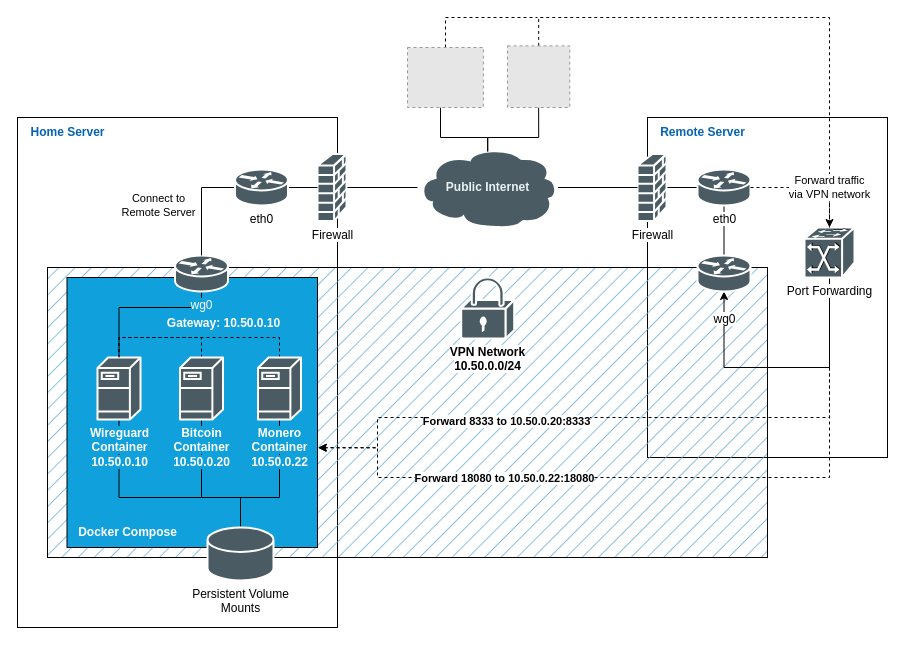
Earlier version of the draw.io diagram assets/networking_vpn_diagram.drawio (lamafab/bitcoin-monero-compose). Source tidied: cells renumbered, new cells numbered last; positions are measured from the earlier drawing's top-left corner, leaving out a move shared by most shapes. Both pictures are drawn from the tidied source at 100%, with x=0, y=0 at pixel (17, 17). Pictures stored in the file or linked from it are replaced by grey dashed boxes.
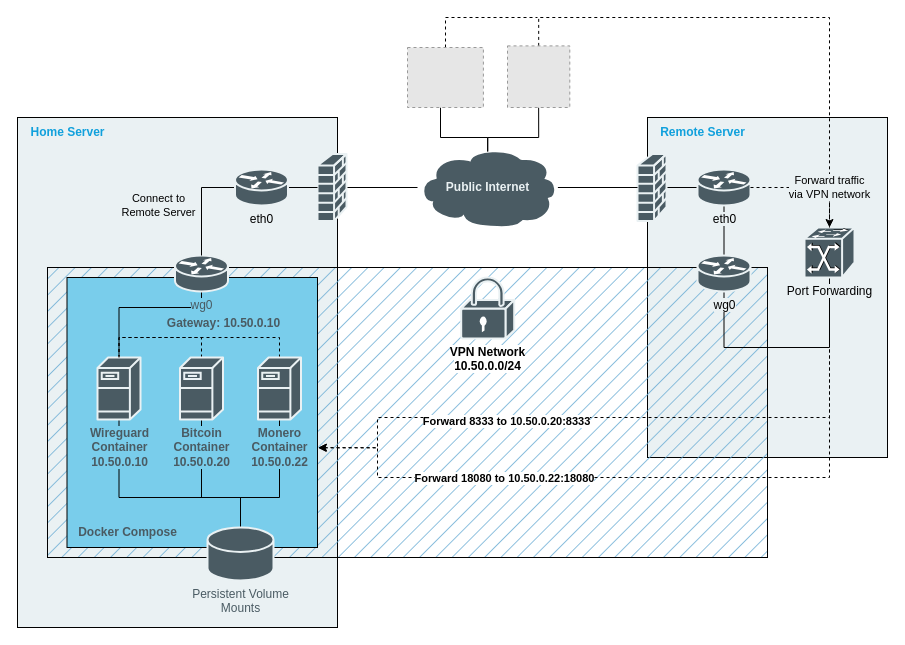
After the change.

The edit, as a diff of the source:
```diff
@@
-    <mxCell id="2" style="rounded=0;whiteSpace=wrap;html=1;labelBorderColor=#eaf1f3;" parent="1" vertex="1">
+    <mxCell id="2" style="rounded=0;whiteSpace=wrap;html=1;labelBorderColor=#eaf1f3;gradientColor=none;fillColor=#EAF1F3;" parent="1" vertex="1">
       <mxGeometry x="630" y="100" width="240" height="340" as="geometry" />
     </mxCell>
-    <mxCell id="3" style="rounded=0;whiteSpace=wrap;html=1;labelBorderColor=none;labelBackgroundColor=#eaf1f3;" parent="1" vertex="1">
+    <mxCell id="3" style="rounded=0;whiteSpace=wrap;html=1;labelBorderColor=none;labelBackgroundColor=#eaf1f3;fillColor=#EAF1F3;" parent="1" vertex="1">
       <mxGeometry y="100" width="320" height="510" as="geometry" />
     </mxCell>
@@
-    <mxCell id="5" value="&amp;nbsp;" style="rounded=0;whiteSpace=wrap;html=1;align=left;fillColor=#10a0dc;fillStyle=auto;fontStyle=1;" parent="1" vertex="1">
+    <mxCell id="5" value="&amp;nbsp;" style="rounded=0;whiteSpace=wrap;html=1;align=left;fillColor=#79cdeb;fillStyle=auto;fontStyle=1;fontColor=#4a5b63;labelBorderColor=none;labelBackgroundColor=none;" parent="1" vertex="1">
       <mxGeometry x="49.5" y="260" width="250.5" height="270" as="geometry" />
     </mxCell>
@@
-    <mxCell id="7" value="&lt;span style=&quot;background-color: rgb(255, 255, 255);&quot;&gt;Firewall&lt;/span&gt;" style="shape=mxgraph.cisco.security.firewall;sketch=0;html=1;dashed=0;fillColor=#4a5b63;strokeColor=#ffffff;strokeWidth=2;verticalLabelPosition=bottom;verticalAlign=top;align=center;outlineConnect=0;" parent="1" vertex="1">
+    <mxCell id="7" style="shape=mxgraph.cisco.security.firewall;sketch=0;html=1;dashed=0;fillColor=#4a5b63;strokeColor=#EAF1F3;strokeWidth=2;verticalLabelPosition=bottom;verticalAlign=top;align=center;outlineConnect=0;labelBackgroundColor=#EAF1F3;" parent="1" vertex="1">
       <mxGeometry x="300" y="136.5" width="29" height="67" as="geometry" />
     </mxCell>
-    <mxCell id="8" style="edgeStyle=orthogonalEdgeStyle;rounded=0;jettySize=auto;html=1;entryX=0.5;entryY=0;entryDx=0;entryDy=0;entryPerimeter=0;strokeColor=#000000;startArrow=none;startFill=0;endArrow=none;endFill=0;fontStyle=1;" parent="1" edge="1" source="39" target="20">
+    <mxCell id="8" style="edgeStyle=orthogonalEdgeStyle;rounded=0;jettySize=auto;html=1;entryX=0.5;entryY=0;entryDx=0;entryDy=0;entryPerimeter=0;strokeColor=#000000;startArrow=none;startFill=0;endArrow=none;endFill=0;fontStyle=1;fontColor=#4a5b63;" parent="1" edge="1" source="39" target="20">
       <mxGeometry relative="1" as="geometry">
         <Array as="points">
           <mxPoint x="184" y="480" />
           <mxPoint x="223" y="480" />
         </Array>
       </mxGeometry>
     </mxCell>
-    <mxCell id="9" style="edgeStyle=orthogonalEdgeStyle;rounded=0;jettySize=auto;html=1;entryX=0.5;entryY=0;entryDx=0;entryDy=0;entryPerimeter=0;strokeColor=#000000;startArrow=none;startFill=0;endArrow=none;endFill=0;fontStyle=1;" parent="1" edge="1" source="11" target="20">
+    <mxCell id="9" style="edgeStyle=orthogonalEdgeStyle;rounded=0;jettySize=auto;html=1;entryX=0.5;entryY=0;entryDx=0;entryDy=0;entryPerimeter=0;strokeColor=#000000;startArrow=none;startFill=0;endArrow=none;endFill=0;fontStyle=1;fontColor=#4a5b63;" parent="1" edge="1" source="11" target="20">
       <mxGeometry relative="1" as="geometry">
         <Array as="points">
           <mxPoint x="262" y="480" />
           <mxPoint x="223" y="480" />
         </Array>
       </mxGeometry>
     </mxCell>
-    <mxCell id="10" style="edgeStyle=orthogonalEdgeStyle;rounded=0;jumpStyle=arc;jettySize=auto;html=1;entryX=0.5;entryY=0;entryDx=0;entryDy=0;entryPerimeter=0;dashed=1;strokeColor=#000000;fontColor=#000000;startArrow=none;startFill=0;endArrow=none;endFill=0;fontStyle=1;" parent="1" edge="1" source="11" target="14">
+    <mxCell id="10" style="edgeStyle=orthogonalEdgeStyle;rounded=0;jumpStyle=arc;jettySize=auto;html=1;entryX=0.5;entryY=0;entryDx=0;entryDy=0;entryPerimeter=0;dashed=1;strokeColor=#000000;fontColor=#4a5b63;startArrow=none;startFill=0;endArrow=none;endFill=0;fontStyle=1;" parent="1" edge="1" source="11" target="14">
       <mxGeometry relative="1" as="geometry">
         <Array as="points">
           <mxPoint x="262" y="320" />
           <mxPoint x="102" y="320" />
         </Array>
       </mxGeometry>
     </mxCell>
-    <mxCell id="11" value="&lt;span style=&quot;background-color: rgb(16, 160, 220);&quot;&gt;Monero&lt;br&gt;Container&lt;br&gt;10.50.0.22&lt;/span&gt;" style="shape=mxgraph.cisco.servers.fileserver;sketch=0;html=1;dashed=0;fillColor=#4a5b63;strokeColor=#ffffff;strokeWidth=2;verticalLabelPosition=bottom;verticalAlign=top;align=center;outlineConnect=0;fontColor=#FFFFFF;fontStyle=1;" parent="1" vertex="1">
+    <mxCell id="11" value="&lt;span style=&quot;&quot;&gt;Monero&lt;br&gt;Container&lt;br&gt;10.50.0.22&lt;/span&gt;" style="shape=mxgraph.cisco.servers.fileserver;sketch=0;html=1;dashed=0;fillColor=#4a5b63;strokeColor=#EAF1F3;strokeWidth=2;verticalLabelPosition=bottom;verticalAlign=top;align=center;outlineConnect=0;fontColor=#4a5b63;fontStyle=1;labelBorderColor=none;labelBackgroundColor=#79cdeb;" parent="1" vertex="1">
       <mxGeometry x="240.5" y="340" width="43" height="62" as="geometry" />
     </mxCell>
-    <mxCell id="12" style="edgeStyle=orthogonalEdgeStyle;rounded=0;jettySize=auto;html=1;entryX=0.5;entryY=0;entryDx=0;entryDy=0;entryPerimeter=0;strokeColor=#000000;startArrow=none;startFill=0;endArrow=none;endFill=0;fontStyle=1;" parent="1" edge="1" source="14" target="20">
+    <mxCell id="12" style="edgeStyle=orthogonalEdgeStyle;rounded=0;jettySize=auto;html=1;entryX=0.5;entryY=0;entryDx=0;entryDy=0;entryPerimeter=0;strokeColor=#000000;startArrow=none;startFill=0;endArrow=none;endFill=0;fontStyle=1;fontColor=#4a5b63;" parent="1" edge="1" source="14" target="20">
       <mxGeometry relative="1" as="geometry">
         <Array as="points">
           <mxPoint x="102" y="480" />
           <mxPoint x="223" y="480" />
         </Array>
       </mxGeometry>
     </mxCell>
-    <mxCell id="13" style="edgeStyle=orthogonalEdgeStyle;rounded=0;jettySize=auto;html=1;strokeColor=#000000;startArrow=none;startFill=0;endArrow=none;endFill=0;entryX=0.5;entryY=1;entryDx=0;entryDy=0;entryPerimeter=0;fontStyle=1;" parent="1" edge="1" source="14" target="24">
+    <mxCell id="13" style="edgeStyle=orthogonalEdgeStyle;rounded=0;jettySize=auto;html=1;strokeColor=#000000;startArrow=none;startFill=0;endArrow=none;endFill=0;entryX=0.5;entryY=1;entryDx=0;entryDy=0;entryPerimeter=0;fontStyle=1;fontColor=#4a5b63;" parent="1" edge="1" source="14" target="24">
       <mxGeometry relative="1" as="geometry">
         <Array as="points">
           <mxPoint x="102" y="290" />
           <mxPoint x="184" y="290" />
         </Array>
       </mxGeometry>
     </mxCell>
-    <mxCell id="14" value="&lt;span style=&quot;background-color: rgb(16, 160, 220);&quot;&gt;Wireguard&lt;br&gt;Container&lt;br&gt;&lt;/span&gt;&lt;div&gt;&lt;span style=&quot;background-color: rgb(16, 160, 220);&quot;&gt;10.50.0.10&lt;/span&gt;&lt;/div&gt;" style="shape=mxgraph.cisco.servers.fileserver;sketch=0;html=1;dashed=0;fillColor=#4a5b63;strokeColor=#ffffff;strokeWidth=2;verticalLabelPosition=bottom;verticalAlign=top;align=center;outlineConnect=0;fontColor=#FFFFFF;fontStyle=1;" parent="1" vertex="1">
+    <mxCell id="14" value="&lt;span style=&quot;&quot;&gt;Wireguard&lt;br&gt;Container&lt;br&gt;&lt;/span&gt;&lt;div&gt;&lt;span style=&quot;&quot;&gt;10.50.0.10&lt;/span&gt;&lt;/div&gt;" style="shape=mxgraph.cisco.servers.fileserver;sketch=0;html=1;dashed=0;fillColor=#4a5b63;strokeColor=#EAF1F3;strokeWidth=2;verticalLabelPosition=bottom;verticalAlign=top;align=center;outlineConnect=0;fontColor=#4a5b63;fontStyle=1;labelBorderColor=none;labelBackgroundColor=#79cdeb;" parent="1" vertex="1">
       <mxGeometry x="80" y="340" width="43" height="62" as="geometry" />
     </mxCell>
@@
-    <mxCell id="16" value="&lt;span style=&quot;background-color: rgb(255, 255, 255);&quot;&gt;Firewall&lt;/span&gt;" style="shape=mxgraph.cisco.security.firewall;sketch=0;html=1;dashed=0;fillColor=#4a5b63;strokeColor=#ffffff;strokeWidth=2;verticalLabelPosition=bottom;verticalAlign=top;align=center;outlineConnect=0;" parent="1" vertex="1">
+    <mxCell id="16" style="shape=mxgraph.cisco.security.firewall;sketch=0;html=1;dashed=0;fillColor=#4a5b63;strokeColor=#EAF1F3;strokeWidth=2;verticalLabelPosition=bottom;verticalAlign=top;align=center;outlineConnect=0;labelBackgroundColor=#EAF1F3;" parent="1" vertex="1">
       <mxGeometry x="620" y="136.5" width="29" height="67" as="geometry" />
     </mxCell>
-    <mxCell id="17" value="&lt;span style=&quot;background-color: rgb(255, 255, 255);&quot;&gt;VPN Network&lt;br&gt;10.50.0.0/24&lt;/span&gt;" style="shape=mxgraph.cisco.security.lock;sketch=0;html=1;dashed=0;fillColor=#4a5b63;strokeColor=#ffffff;strokeWidth=2;verticalLabelPosition=bottom;verticalAlign=top;align=center;fontStyle=1;" parent="1" vertex="1">
+    <mxCell id="17" value="&lt;span style=&quot;background-color: rgb(255, 255, 255);&quot;&gt;VPN Network&lt;br&gt;10.50.0.0/24&lt;/span&gt;" style="shape=mxgraph.cisco.security.lock;sketch=0;html=1;dashed=0;fillColor=#4a5b63;strokeColor=#EAF1F3;strokeWidth=2;verticalLabelPosition=bottom;verticalAlign=top;align=center;fontStyle=1;" parent="1" vertex="1">
       <mxGeometry x="443.7" y="260" width="53" height="61" as="geometry" />
     </mxCell>
@@
-    <mxCell id="20" value="Persistent Volume&lt;br&gt;Mounts" style="shape=mxgraph.cisco.storage.relational_database;sketch=0;html=1;dashed=0;fillColor=#4a5b63;strokeColor=#ffffff;strokeWidth=2;verticalLabelPosition=bottom;verticalAlign=top;align=center;outlineConnect=0;labelBackgroundColor=#FFFFFF;" parent="1" vertex="1">
+    <mxCell id="20" value="Persistent Volume&lt;br&gt;Mounts" style="shape=mxgraph.cisco.storage.relational_database;sketch=0;html=1;dashed=0;fillColor=#4a5b63;strokeColor=#EAF1F3;strokeWidth=2;verticalLabelPosition=bottom;verticalAlign=top;align=center;outlineConnect=0;labelBackgroundColor=#EAF1F3;fontColor=#4a5b63;" parent="1" vertex="1">
       <mxGeometry x="190" y="510" width="66" height="53" as="geometry" />
     </mxCell>
-    <mxCell id="21" value="&lt;span&gt;Docker Compose&lt;/span&gt;" style="text;html=1;align=center;verticalAlign=middle;fillColor=none;strokeColor=none;rounded=0;labelBackgroundColor=none;fontColor=#FFFFFF;fontStyle=1;" parent="1" vertex="1">
+    <mxCell id="21" value="&lt;span&gt;Docker Compose&lt;/span&gt;" style="text;html=1;align=center;verticalAlign=middle;fillColor=none;strokeColor=none;rounded=0;labelBackgroundColor=none;fontColor=#4a5b63;fontStyle=1;" parent="1" vertex="1">
       <mxGeometry x="49.5" y="500" width="120" height="30" as="geometry" />
     </mxCell>
-    <mxCell id="22" value="&lt;font color=&quot;#0564b1&quot;&gt;&lt;b&gt;Home Server&lt;/b&gt;&lt;/font&gt;" style="text;html=1;align=center;verticalAlign=middle;fillColor=none;strokeColor=none;rounded=0;labelBackgroundColor=#FFFFFF;fontColor=#10A0DC;" parent="1" vertex="1">
+    <mxCell id="22" value="&lt;font&gt;&lt;b&gt;Home Server&lt;/b&gt;&lt;/font&gt;" style="text;html=1;align=center;verticalAlign=middle;fillColor=none;strokeColor=none;rounded=0;labelBackgroundColor=none;fontColor=#10a0dc;" parent="1" vertex="1">
       <mxGeometry y="100" width="100" height="30" as="geometry" />
     </mxCell>
-    <mxCell id="23" value="&lt;b&gt;Remote Server&lt;/b&gt;" style="text;html=1;align=center;verticalAlign=middle;fillColor=none;strokeColor=none;rounded=0;labelBackgroundColor=#FFFFFF;fontColor=#0564B1;" parent="1" vertex="1">
+    <mxCell id="23" value="&lt;b&gt;Remote Server&lt;/b&gt;" style="text;html=1;align=center;verticalAlign=middle;fillColor=none;strokeColor=none;rounded=0;labelBackgroundColor=none;fontColor=#10a0dc;" parent="1" vertex="1">
       <mxGeometry x="630" y="100" width="110" height="30" as="geometry" />
     </mxCell>
-    <mxCell id="24" value="&lt;font color=&quot;#FFFFFF&quot;&gt;&lt;span style=&quot;background-color: rgb(16, 160, 220);&quot;&gt;wg0&lt;/span&gt;&lt;/font&gt;" style="shape=mxgraph.cisco.routers.router;sketch=0;html=1;dashed=0;fillColor=#4a5b63;strokeColor=#ffffff;strokeWidth=2;verticalLabelPosition=bottom;verticalAlign=top;align=center;outlineConnect=0;fontStyle=0;" parent="1" vertex="1">
+    <mxCell id="24" value="&lt;font&gt;&lt;span style=&quot;&quot;&gt;wg0&lt;/span&gt;&lt;/font&gt;" style="shape=mxgraph.cisco.routers.router;sketch=0;html=1;dashed=0;fillColor=#4a5b63;strokeColor=#EAF1F3;strokeWidth=2;verticalLabelPosition=bottom;verticalAlign=top;align=center;outlineConnect=0;fontStyle=0;labelBorderColor=none;labelBackgroundColor=#79cdeb;fontColor=#4a5b63;" parent="1" vertex="1">
       <mxGeometry x="157.5" y="238" width="53" height="36" as="geometry" />
     </mxCell>
@@
-    <mxCell id="28" value="&lt;span style=&quot;background-color: rgb(255, 255, 255);&quot;&gt;eth0&lt;/span&gt;" style="shape=mxgraph.cisco.routers.router;sketch=0;html=1;dashed=0;fillColor=#4a5b63;strokeColor=#ffffff;strokeWidth=2;verticalLabelPosition=bottom;verticalAlign=top;align=center;outlineConnect=0;" parent="1" vertex="1">
+    <mxCell id="28" value="&lt;span style=&quot;&quot;&gt;eth0&lt;/span&gt;" style="shape=mxgraph.cisco.routers.router;sketch=0;html=1;dashed=0;fillColor=#4a5b63;strokeColor=#EAF1F3;strokeWidth=2;verticalLabelPosition=bottom;verticalAlign=top;align=center;outlineConnect=0;labelBackgroundColor=#EAF1F3;" parent="1" vertex="1">
       <mxGeometry x="217.5" y="152" width="53" height="36" as="geometry" />
     </mxCell>
@@
-    <mxCell id="30" style="edgeStyle=orthogonalEdgeStyle;rounded=0;jettySize=auto;html=1;entryX=0.5;entryY=1;entryDx=0;entryDy=0;entryPerimeter=0;strokeColor=#000000;startArrow=classic;startFill=1;endArrow=none;endFill=0;" parent="1" edge="1" source="32" target="37">
+    <mxCell id="30" style="edgeStyle=orthogonalEdgeStyle;rounded=0;jettySize=auto;html=1;entryX=0.5;entryY=1;entryDx=0;entryDy=0;entryPerimeter=0;strokeColor=#000000;startArrow=none;startFill=0;endArrow=none;endFill=0;" parent="1" edge="1" source="32" target="37">
       <mxGeometry relative="1" as="geometry">
         <Array as="points">
-          <mxPoint x="707" y="350" />
-          <mxPoint x="812" y="350" />
+          <mxPoint x="707" y="330" />
+          <mxPoint x="812" y="330" />
         </Array>
       </mxGeometry>
     </mxCell>
-    <mxCell id="31" value="&lt;span style=&quot;background-color: rgb(255, 255, 255);&quot;&gt;eth0&lt;/span&gt;" style="shape=mxgraph.cisco.routers.router;sketch=0;html=1;dashed=0;fillColor=#4a5b63;strokeColor=#ffffff;strokeWidth=2;verticalLabelPosition=bottom;verticalAlign=top;align=center;outlineConnect=0;" parent="1" vertex="1">
+    <mxCell id="31" value="&lt;span style=&quot;&quot;&gt;eth0&lt;/span&gt;" style="shape=mxgraph.cisco.routers.router;sketch=0;html=1;dashed=0;fillColor=#4a5b63;strokeColor=#EAF1F3;strokeWidth=2;verticalLabelPosition=bottom;verticalAlign=top;align=center;outlineConnect=0;labelBackgroundColor=#EAF1F3;" parent="1" vertex="1">
       <mxGeometry x="680" y="152" width="53" height="36" as="geometry" />
     </mxCell>
-    <mxCell id="32" value="&lt;span style=&quot;background-color: rgb(255, 255, 255);&quot;&gt;&lt;br&gt;wg0&lt;/span&gt;" style="shape=mxgraph.cisco.routers.router;sketch=0;html=1;dashed=0;fillColor=#4a5b63;strokeColor=#ffffff;strokeWidth=2;verticalLabelPosition=bottom;verticalAlign=top;align=center;outlineConnect=0;" parent="1" vertex="1">
+    <mxCell id="32" value="&lt;span style=&quot;&quot;&gt;wg0&lt;/span&gt;" style="shape=mxgraph.cisco.routers.router;sketch=0;html=1;dashed=0;fillColor=#4a5b63;strokeColor=#EAF1F3;strokeWidth=2;verticalLabelPosition=bottom;verticalAlign=top;align=center;outlineConnect=0;labelBackgroundColor=#EAF1F3;" parent="1" vertex="1">
       <mxGeometry x="680" y="238" width="53" height="36" as="geometry" />
     </mxCell>
@@
-    <mxCell id="37" value="&lt;span style=&quot;background-color: rgb(255, 255, 255);&quot;&gt;Port Forwarding&lt;/span&gt;" style="shape=mxgraph.cisco.switches.atm_fast_gigabit_etherswitch;sketch=0;html=1;dashed=0;fillColor=#4a5b63;strokeColor=#ffffff;strokeWidth=2;verticalLabelPosition=bottom;verticalAlign=top;align=center;outlineConnect=0;" parent="1" vertex="1">
+    <mxCell id="37" value="&lt;span style=&quot;&quot;&gt;Port Forwarding&lt;/span&gt;" style="shape=mxgraph.cisco.switches.atm_fast_gigabit_etherswitch;sketch=0;html=1;dashed=0;fillColor=#4a5b63;strokeColor=#EAF1F3;strokeWidth=2;verticalLabelPosition=bottom;verticalAlign=top;align=center;outlineConnect=0;labelBackgroundColor=#EAF1F3;" parent="1" vertex="1">
       <mxGeometry x="787" y="210" width="50" height="50" as="geometry" />
     </mxCell>
-    <mxCell id="38" style="edgeStyle=orthogonalEdgeStyle;rounded=0;jumpStyle=arc;jettySize=auto;html=1;entryX=0.5;entryY=0;entryDx=0;entryDy=0;entryPerimeter=0;dashed=1;strokeColor=#000000;fontColor=#000000;startArrow=none;startFill=0;endArrow=none;endFill=0;fontStyle=1;" parent="1" edge="1" source="39" target="14">
+    <mxCell id="38" style="edgeStyle=orthogonalEdgeStyle;rounded=0;jumpStyle=arc;jettySize=auto;html=1;entryX=0.5;entryY=0;entryDx=0;entryDy=0;entryPerimeter=0;dashed=1;strokeColor=#000000;fontColor=#4a5b63;startArrow=none;startFill=0;endArrow=none;endFill=0;fontStyle=1;" parent="1" edge="1" source="39" target="14">
       <mxGeometry relative="1" as="geometry">
         <Array as="points">
           <mxPoint x="184" y="320" />
           <mxPoint x="102" y="320" />
         </Array>
       </mxGeometry>
     </mxCell>
-    <mxCell id="39" value="&lt;span style=&quot;background-color: rgb(16, 160, 220);&quot;&gt;Bitcoin&lt;br&gt;Container&lt;br&gt;10.50.0.20&lt;/span&gt;" style="shape=mxgraph.cisco.servers.fileserver;sketch=0;html=1;dashed=0;fillColor=#4a5b63;strokeColor=#ffffff;strokeWidth=2;verticalLabelPosition=bottom;verticalAlign=top;align=center;outlineConnect=0;fontColor=#FFFFFF;fontStyle=1;" parent="1" vertex="1">
+    <mxCell id="39" value="&lt;span style=&quot;&quot;&gt;Bitcoin&lt;br&gt;Container&lt;br&gt;10.50.0.20&lt;/span&gt;" style="shape=mxgraph.cisco.servers.fileserver;sketch=0;html=1;dashed=0;fillColor=#4a5b63;strokeColor=#EAF1F3;strokeWidth=2;verticalLabelPosition=bottom;verticalAlign=top;align=center;outlineConnect=0;fontColor=#4a5b63;fontStyle=1;labelBorderColor=none;labelBackgroundColor=#79cdeb;" parent="1" vertex="1">
       <mxGeometry x="162.5" y="340" width="43" height="62" as="geometry" />
     </mxCell>
@@
-    <mxCell id="41" value="&lt;font color=&quot;#FFFFFF&quot;&gt;&lt;span style=&quot;&quot;&gt;Gateway: 10.50.0.10&lt;/span&gt;&lt;/font&gt;" style="text;html=1;align=center;verticalAlign=middle;fillColor=none;strokeColor=none;rounded=0;labelBackgroundColor=none;labelBorderColor=none;fillStyle=auto;fontColor=#EAF1F3;fontStyle=1;" parent="1" vertex="1">
+    <mxCell id="41" value="&lt;font&gt;&lt;span style=&quot;&quot;&gt;Gateway: 10.50.0.10&lt;/span&gt;&lt;/font&gt;" style="text;html=1;align=center;verticalAlign=middle;fillColor=none;strokeColor=none;rounded=0;labelBackgroundColor=none;labelBorderColor=none;fillStyle=auto;fontColor=#4a5b63;fontStyle=1;" parent="1" vertex="1">
       <mxGeometry x="135.5" y="291" width="140" height="30" as="geometry" />
     </mxCell>
@@
-    <mxCell id="48" value="Forward traffic&lt;br&gt;via VPN network" style="edgeStyle=orthogonalEdgeStyle;rounded=0;jettySize=auto;html=1;entryX=0.5;entryY=0;entryDx=0;entryDy=0;entryPerimeter=0;strokeColor=#000000;startArrow=none;startFill=0;endArrow=classic;endFill=1;dashed=1;" parent="1" edge="1" source="31" target="37">
+    <mxCell id="48" value="Forward traffic&lt;br&gt;via VPN network" style="edgeStyle=orthogonalEdgeStyle;rounded=0;jettySize=auto;html=1;entryX=0.5;entryY=0;entryDx=0;entryDy=0;entryPerimeter=0;strokeColor=#000000;startArrow=none;startFill=0;endArrow=classic;endFill=1;dashed=1;labelBackgroundColor=#EAF1F3;" parent="1" edge="1" source="31" target="37">
       <mxGeometry x="0.33" relative="1" as="geometry">
         <Array as="points">
           <mxPoint x="812" y="170" />
         </Array>
       </mxGeometry>
     </mxCell>
```
